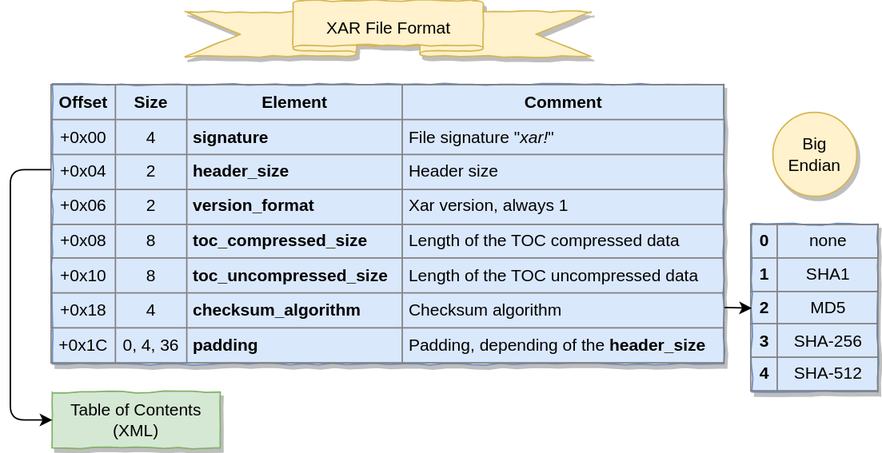
Before: xar_format.svg, a diagram exported from draw.io (DimitriFourny/unxip). Source tidied: cells renumbered, new cells last; positions are measured from the earlier drawing's top-left corner, leaving out a move shared by most shapes. Its diagram source:
```xml
<mxGraphModel>
  <root>
    <mxCell id="0" />
    <mxCell id="1" parent="0" />
    <mxCell id="2" value="XAR File Format" style="verticalLabelPosition=middle;verticalAlign=middle;html=1;shape=mxgraph.basic.banner;rounded=0;shadow=1;comic=1;labelBackgroundColor=none;labelBorderColor=none;labelPosition=center;align=center;fillColor=#fff2cc;strokeColor=#d6b656;" parent="1" vertex="1">
      <mxGeometry x="125" width="290" height="40" as="geometry" />
    </mxCell>
    <mxCell id="3" value="&lt;table border=&quot;1&quot; width=&quot;100%&quot; cellpadding=&quot;4&quot; style=&quot;width: 100% ; height: 100% ; border-collapse: collapse&quot;&gt;&lt;tbody&gt;&lt;tr&gt;&lt;td&gt;&lt;b&gt;Offset&lt;/b&gt;&lt;/td&gt;&lt;td&gt;&lt;b&gt;Size&lt;/b&gt;&lt;/td&gt;&lt;th align=&quot;center&quot;&gt;&lt;b&gt;Element&lt;/b&gt;&lt;/th&gt;&lt;td&gt;&lt;b&gt;Comment&lt;/b&gt;&lt;/td&gt;&lt;/tr&gt;&lt;tr&gt;&lt;td&gt;+0x00&lt;/td&gt;&lt;td&gt;4&lt;/td&gt;&lt;td style=&quot;text-align: left&quot;&gt;&lt;b&gt;signature&lt;/b&gt;&lt;br&gt;&lt;/td&gt;&lt;td style=&quot;text-align: left&quot;&gt;File signature &quot;&lt;i&gt;xar!&lt;/i&gt;&quot;&lt;/td&gt;&lt;/tr&gt;&lt;tr&gt;&lt;td&gt;+0x04&lt;/td&gt;&lt;td&gt;2&lt;/td&gt;&lt;td style=&quot;text-align: left&quot;&gt;&lt;b&gt;header_size&lt;/b&gt;&lt;/td&gt;&lt;td style=&quot;text-align: left&quot;&gt;Header size&lt;/td&gt;&lt;/tr&gt;&lt;tr&gt;&lt;td&gt;+0x06&lt;/td&gt;&lt;td&gt;2&lt;/td&gt;&lt;td style=&quot;text-align: left&quot;&gt;&lt;b&gt;version_format&lt;/b&gt;&lt;/td&gt;&lt;td style=&quot;text-align: left&quot;&gt;Xar version, always 1&lt;/td&gt;&lt;/tr&gt;&lt;tr&gt;&lt;td&gt;+0x08&lt;/td&gt;&lt;td&gt;8&lt;/td&gt;&lt;td style=&quot;text-align: left&quot;&gt;&lt;b&gt;toc_compressed_size&lt;/b&gt;&lt;/td&gt;&lt;td style=&quot;text-align: left&quot;&gt;Length of the TOC compressed data&lt;/td&gt;&lt;/tr&gt;&lt;tr&gt;&lt;td&gt;+0x10&lt;/td&gt;&lt;td&gt;8&lt;/td&gt;&lt;td style=&quot;text-align: left&quot;&gt;&lt;b&gt;toc_uncompressed_size&lt;/b&gt;&lt;/td&gt;&lt;td style=&quot;text-align: left&quot;&gt;Length of the TOC uncompressed data&lt;/td&gt;&lt;/tr&gt;&lt;tr&gt;&lt;td&gt;+0x18&lt;/td&gt;&lt;td&gt;4&lt;/td&gt;&lt;td style=&quot;text-align: left&quot;&gt;&lt;b&gt;checksum_algorithm&lt;/b&gt;&lt;/td&gt;&lt;td style=&quot;text-align: left&quot;&gt;Checksum algorithm&lt;/td&gt;&lt;/tr&gt;&lt;tr&gt;&lt;td&gt;+0x1C&lt;/td&gt;&lt;td&gt;0, 4, 36&lt;/td&gt;&lt;td style=&quot;text-align: left&quot;&gt;&lt;b&gt;padding&lt;/b&gt;&lt;/td&gt;&lt;td style=&quot;text-align: left&quot;&gt;Padding, depending of the &lt;b&gt;header_size&lt;/b&gt;&lt;/td&gt;&lt;/tr&gt;&lt;/tbody&gt;&lt;/table&gt;" style="text;html=1;overflow=fill;rounded=0;shadow=1;comic=1;labelBackgroundColor=none;align=center;verticalAlign=middle;strokeColor=#6c8ebf;fillColor=#dae8fc;" parent="1" vertex="1">
      <mxGeometry x="30" y="60" width="480" height="200" as="geometry" />
    </mxCell>
    <mxCell id="4" value="&lt;table border=&quot;1&quot; width=&quot;100%&quot; cellpadding=&quot;4&quot; style=&quot;width: 100% ; height: 100% ; border-collapse: collapse&quot;&gt;&lt;tbody&gt;&lt;tr&gt;&lt;th align=&quot;center&quot;&gt;&lt;b&gt;0&lt;/b&gt;&lt;/th&gt;&lt;td&gt;none&lt;/td&gt;&lt;/tr&gt;&lt;tr&gt;&lt;td align=&quot;center&quot;&gt;&lt;b&gt;1&lt;/b&gt;&lt;/td&gt;&lt;td&gt;SHA1&lt;/td&gt;&lt;/tr&gt;&lt;tr&gt;&lt;td align=&quot;center&quot;&gt;&lt;b&gt;2&lt;/b&gt;&lt;/td&gt;&lt;td&gt;MD5&lt;/td&gt;&lt;/tr&gt;&lt;tr&gt;&lt;td&gt;&lt;b&gt;3&lt;/b&gt;&lt;/td&gt;&lt;td&gt;SHA-256&lt;/td&gt;&lt;/tr&gt;&lt;tr&gt;&lt;td&gt;&lt;b&gt;4&lt;/b&gt;&lt;/td&gt;&lt;td&gt;SHA-512&lt;/td&gt;&lt;/tr&gt;&lt;/tbody&gt;&lt;/table&gt;" style="text;html=1;strokeColor=#6c8ebf;fillColor=#dae8fc;overflow=fill;rounded=0;shadow=1;comic=1;labelBackgroundColor=none;align=center;verticalAlign=middle;" parent="1" vertex="1">
      <mxGeometry x="530" y="160" width="90" height="120" as="geometry" />
    </mxCell>
    <mxCell id="5" style="endArrow=classic;html=1;exitX=1.001;exitY=0.798;exitDx=0;exitDy=0;exitPerimeter=0;entryX=0;entryY=0.5;entryDx=0;entryDy=0;" parent="1" edge="1" source="3" target="4">
      <mxGeometry relative="1" as="geometry" />
    </mxCell>
    <mxCell id="6" value="Table of Contents (XML)" style="rounded=0;whiteSpace=wrap;html=1;shadow=1;comic=1;labelBackgroundColor=none;strokeColor=#82b366;fillColor=#d5e8d4;align=center;" parent="1" vertex="1">
      <mxGeometry x="30" y="280" width="120" height="40" as="geometry" />
    </mxCell>
    <mxCell id="7" style="endArrow=classic;html=1;edgeStyle=orthogonalEdgeStyle;entryX=0;entryY=0.5;entryDx=0;entryDy=0;exitX=-0.002;exitY=0.305;exitDx=0;exitDy=0;exitPerimeter=0;" parent="1" edge="1" source="3" target="6">
      <mxGeometry relative="1" as="geometry">
        <Array as="points">
          <mxPoint y="121" />
          <mxPoint y="300" />
        </Array>
      </mxGeometry>
    </mxCell>
    <mxCell id="8" value="Big Endian" style="ellipse;whiteSpace=wrap;html=1;fillColor=#fff2cc;strokeColor=#d6b656;rounded=0;shadow=1;labelBackgroundColor=none;" parent="1" vertex="1">
      <mxGeometry x="545" y="80" width="60" height="60" as="geometry" />
    </mxCell>
  </root>
</mxGraphModel>
```
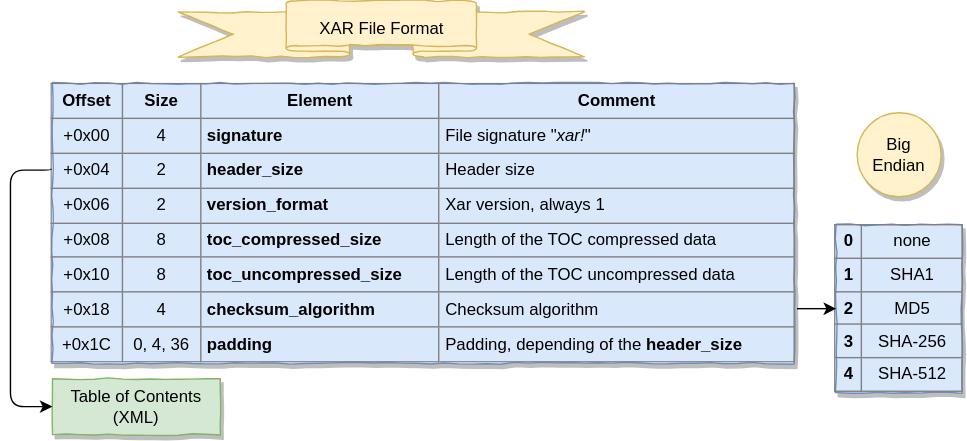
The same diagram one commit later.

Commit message:
SVG alignment problem

Change to the diagram source:
```diff
@@ -3,30 +3,32 @@
     <mxCell id="0" />
     <mxCell id="1" parent="0" />
     <mxCell id="2" value="XAR File Format" style="verticalLabelPosition=middle;verticalAlign=middle;html=1;shape=mxgraph.basic.banner;rounded=0;shadow=1;comic=1;labelBackgroundColor=none;labelBorderColor=none;labelPosition=center;align=center;fillColor=#fff2cc;strokeColor=#d6b656;" parent="1" vertex="1">
-      <mxGeometry x="125" width="290" height="40" as="geometry" />
+      <mxGeometry x="120" width="290" height="40" as="geometry" />
     </mxCell>
     <mxCell id="3" value="&lt;table border=&quot;1&quot; width=&quot;100%&quot; cellpadding=&quot;4&quot; style=&quot;width: 100% ; height: 100% ; border-collapse: collapse&quot;&gt;&lt;tbody&gt;&lt;tr&gt;&lt;td&gt;&lt;b&gt;Offset&lt;/b&gt;&lt;/td&gt;&lt;td&gt;&lt;b&gt;Size&lt;/b&gt;&lt;/td&gt;&lt;th align=&quot;center&quot;&gt;&lt;b&gt;Element&lt;/b&gt;&lt;/th&gt;&lt;td&gt;&lt;b&gt;Comment&lt;/b&gt;&lt;/td&gt;&lt;/tr&gt;&lt;tr&gt;&lt;td&gt;+0x00&lt;/td&gt;&lt;td&gt;4&lt;/td&gt;&lt;td style=&quot;text-align: left&quot;&gt;&lt;b&gt;signature&lt;/b&gt;&lt;br&gt;&lt;/td&gt;&lt;td style=&quot;text-align: left&quot;&gt;File signature &quot;&lt;i&gt;xar!&lt;/i&gt;&quot;&lt;/td&gt;&lt;/tr&gt;&lt;tr&gt;&lt;td&gt;+0x04&lt;/td&gt;&lt;td&gt;2&lt;/td&gt;&lt;td style=&quot;text-align: left&quot;&gt;&lt;b&gt;header_size&lt;/b&gt;&lt;/td&gt;&lt;td style=&quot;text-align: left&quot;&gt;Header size&lt;/td&gt;&lt;/tr&gt;&lt;tr&gt;&lt;td&gt;+0x06&lt;/td&gt;&lt;td&gt;2&lt;/td&gt;&lt;td style=&quot;text-align: left&quot;&gt;&lt;b&gt;version_format&lt;/b&gt;&lt;/td&gt;&lt;td style=&quot;text-align: left&quot;&gt;Xar version, always 1&lt;/td&gt;&lt;/tr&gt;&lt;tr&gt;&lt;td&gt;+0x08&lt;/td&gt;&lt;td&gt;8&lt;/td&gt;&lt;td style=&quot;text-align: left&quot;&gt;&lt;b&gt;toc_compressed_size&lt;/b&gt;&lt;/td&gt;&lt;td style=&quot;text-align: left&quot;&gt;Length of the TOC compressed data&lt;/td&gt;&lt;/tr&gt;&lt;tr&gt;&lt;td&gt;+0x10&lt;/td&gt;&lt;td&gt;8&lt;/td&gt;&lt;td style=&quot;text-align: left&quot;&gt;&lt;b&gt;toc_uncompressed_size&lt;/b&gt;&lt;/td&gt;&lt;td style=&quot;text-align: left&quot;&gt;Length of the TOC uncompressed data&lt;/td&gt;&lt;/tr&gt;&lt;tr&gt;&lt;td&gt;+0x18&lt;/td&gt;&lt;td&gt;4&lt;/td&gt;&lt;td style=&quot;text-align: left&quot;&gt;&lt;b&gt;checksum_algorithm&lt;/b&gt;&lt;/td&gt;&lt;td style=&quot;text-align: left&quot;&gt;Checksum algorithm&lt;/td&gt;&lt;/tr&gt;&lt;tr&gt;&lt;td&gt;+0x1C&lt;/td&gt;&lt;td&gt;0, 4, 36&lt;/td&gt;&lt;td style=&quot;text-align: left&quot;&gt;&lt;b&gt;padding&lt;/b&gt;&lt;/td&gt;&lt;td style=&quot;text-align: left&quot;&gt;Padding, depending of the &lt;b&gt;header_size&lt;/b&gt;&lt;/td&gt;&lt;/tr&gt;&lt;/tbody&gt;&lt;/table&gt;" style="text;html=1;overflow=fill;rounded=0;shadow=1;comic=1;labelBackgroundColor=none;align=center;verticalAlign=middle;strokeColor=#6c8ebf;fillColor=#dae8fc;" parent="1" vertex="1">
-      <mxGeometry x="30" y="60" width="480" height="200" as="geometry" />
+      <mxGeometry x="30" y="59" width="530" height="200" as="geometry" />
     </mxCell>
     <mxCell id="4" value="&lt;table border=&quot;1&quot; width=&quot;100%&quot; cellpadding=&quot;4&quot; style=&quot;width: 100% ; height: 100% ; border-collapse: collapse&quot;&gt;&lt;tbody&gt;&lt;tr&gt;&lt;th align=&quot;center&quot;&gt;&lt;b&gt;0&lt;/b&gt;&lt;/th&gt;&lt;td&gt;none&lt;/td&gt;&lt;/tr&gt;&lt;tr&gt;&lt;td align=&quot;center&quot;&gt;&lt;b&gt;1&lt;/b&gt;&lt;/td&gt;&lt;td&gt;SHA1&lt;/td&gt;&lt;/tr&gt;&lt;tr&gt;&lt;td align=&quot;center&quot;&gt;&lt;b&gt;2&lt;/b&gt;&lt;/td&gt;&lt;td&gt;MD5&lt;/td&gt;&lt;/tr&gt;&lt;tr&gt;&lt;td&gt;&lt;b&gt;3&lt;/b&gt;&lt;/td&gt;&lt;td&gt;SHA-256&lt;/td&gt;&lt;/tr&gt;&lt;tr&gt;&lt;td&gt;&lt;b&gt;4&lt;/b&gt;&lt;/td&gt;&lt;td&gt;SHA-512&lt;/td&gt;&lt;/tr&gt;&lt;/tbody&gt;&lt;/table&gt;" style="text;html=1;strokeColor=#6c8ebf;fillColor=#dae8fc;overflow=fill;rounded=0;shadow=1;comic=1;labelBackgroundColor=none;align=center;verticalAlign=middle;" parent="1" vertex="1">
-      <mxGeometry x="530" y="160" width="90" height="120" as="geometry" />
+      <mxGeometry x="590" y="160" width="90" height="120" as="geometry" />
     </mxCell>
-    <mxCell id="5" style="endArrow=classic;html=1;exitX=1.001;exitY=0.798;exitDx=0;exitDy=0;exitPerimeter=0;entryX=0;entryY=0.5;entryDx=0;entryDy=0;" parent="1" edge="1" source="3" target="4">
-      <mxGeometry relative="1" as="geometry" />
+    <mxCell id="5" style="endArrow=classic;html=1;entryX=0;entryY=0.5;entryDx=0;entryDy=0;" parent="1" edge="1" target="4">
+      <mxGeometry relative="1" as="geometry">
+        <mxPoint x="562" y="220" as="sourcePoint" />
+      </mxGeometry>
     </mxCell>
     <mxCell id="6" value="Table of Contents (XML)" style="rounded=0;whiteSpace=wrap;html=1;shadow=1;comic=1;labelBackgroundColor=none;strokeColor=#82b366;fillColor=#d5e8d4;align=center;" parent="1" vertex="1">
-      <mxGeometry x="30" y="280" width="120" height="40" as="geometry" />
+      <mxGeometry x="30" y="270" width="120" height="40" as="geometry" />
     </mxCell>
     <mxCell id="7" style="endArrow=classic;html=1;edgeStyle=orthogonalEdgeStyle;entryX=0;entryY=0.5;entryDx=0;entryDy=0;exitX=-0.002;exitY=0.305;exitDx=0;exitDy=0;exitPerimeter=0;" parent="1" edge="1" source="3" target="6">
       <mxGeometry relative="1" as="geometry">
         <Array as="points">
           <mxPoint y="121" />
-          <mxPoint y="300" />
+          <mxPoint y="290" />
         </Array>
       </mxGeometry>
     </mxCell>
     <mxCell id="8" value="Big Endian" style="ellipse;whiteSpace=wrap;html=1;fillColor=#fff2cc;strokeColor=#d6b656;rounded=0;shadow=1;labelBackgroundColor=none;" parent="1" vertex="1">
-      <mxGeometry x="545" y="80" width="60" height="60" as="geometry" />
+      <mxGeometry x="605" y="80" width="60" height="60" as="geometry" />
     </mxCell>
   </root>
 </mxGraphModel>
```
